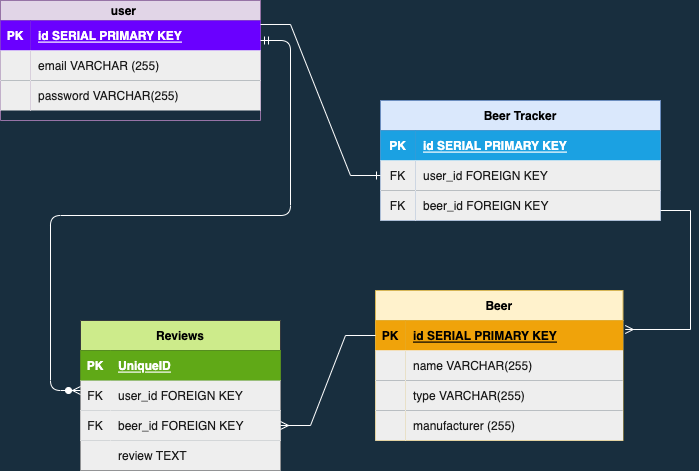
Before: ERD.drawio.png, a diagram exported from draw.io (justin-aquino/beer-house). Source tidied: cells renumbered, new cells last; positions are measured from the earlier drawing's top-left corner, leaving out a move shared by most shapes.
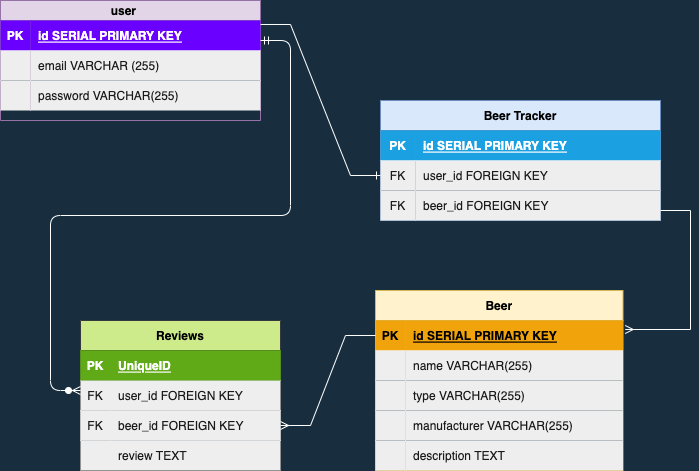
Later version of the same file.

Commit message:
adding description to beer entity

Change to the diagram source:
```diff
@@ -66,7 +66,7 @@
       <mxGeometry relative="1" as="geometry" />
     </mxCell>
     <mxCell id="23" value="Beer" style="shape=table;startSize=30;rowLines=0;fontStyle=1;align=center;fillColor=#fff2cc;strokeColor=#d6b656;" parent="1" vertex="1">
-      <mxGeometry x="375" y="290" width="247.5" height="150" as="geometry" />
+      <mxGeometry x="375" y="290" width="247.5" height="180" as="geometry" />
     </mxCell>
     <mxCell id="24" style="shape=tableRow;horizontal=0;startSize=0;swimlaneHead=0;swimlaneBody=0;fillColor=none;points=[[0,0.5],[1,0.5]];portConstraint=eastwest;top=0;left=0;right=0;bottom=1;strokeColor=#FFFFFF;fontColor=#1A1A1A;" parent="23" vertex="1">
       <mxGeometry y="30" width="247.5" height="30" as="geometry" />
@@ -101,9 +101,18 @@
     <mxCell id="34" style="shape=partialRectangle;fillColor=#EEEEEE;top=0;left=0;bottom=0;right=0;overflow=hidden;fontColor=#1A1A1A;strokeColor=#FFFFFF;" parent="33" vertex="1">
       <mxGeometry width="30" height="30" as="geometry" />
     </mxCell>
-    <mxCell id="35" value="manufacturer (255)" style="shape=partialRectangle;fillColor=#EEEEEE;top=0;left=0;bottom=0;right=0;align=left;spacingLeft=6;overflow=hidden;fontColor=#1A1A1A;strokeColor=#FFFFFF;" parent="33" vertex="1">
+    <mxCell id="35" value="manufacturer VARCHAR(255)" style="shape=partialRectangle;fillColor=#EEEEEE;top=0;left=0;bottom=0;right=0;align=left;spacingLeft=6;overflow=hidden;fontColor=#1A1A1A;strokeColor=#FFFFFF;" parent="33" vertex="1">
       <mxGeometry x="30" width="217.5" height="30" as="geometry" />
     </mxCell>
+    <mxCell id="52" style="shape=tableRow;horizontal=0;startSize=0;swimlaneHead=0;swimlaneBody=0;fillColor=none;top=0;left=0;right=0;bottom=0;strokeColor=#FFFFFF;fontColor=#1A1A1A;" parent="23" vertex="1">
+      <mxGeometry y="150" width="247.5" height="30" as="geometry" />
+    </mxCell>
+    <mxCell id="53" style="shape=partialRectangle;fillColor=#EEEEEE;top=0;left=0;bottom=0;right=0;overflow=hidden;fontColor=#1A1A1A;strokeColor=#FFFFFF;" parent="52" vertex="1">
+      <mxGeometry width="30" height="30" as="geometry" />
+    </mxCell>
+    <mxCell id="54" value="description TEXT" style="shape=partialRectangle;fillColor=#EEEEEE;top=0;left=0;bottom=0;right=0;align=left;spacingLeft=6;overflow=hidden;fontColor=#1A1A1A;strokeColor=#FFFFFF;" parent="52" vertex="1">
+      <mxGeometry x="30" width="217.5" height="30" as="geometry" />
+    </mxCell>
     <mxCell id="36" style="edgeStyle=entityRelationEdgeStyle;fontSize=12;html=1;endArrow=ERmany;rounded=0;labelBackgroundColor=#182E3E;strokeColor=#FFFFFF;fontColor=#FFFFFF;entryX=1.009;entryY=0.3;entryDx=0;entryDy=0;entryPerimeter=0;" parent="1" edge="1" target="24">
       <mxGeometry relative="1" as="geometry">
         <mxPoint x="660" y="210" as="sourcePoint" />
```
